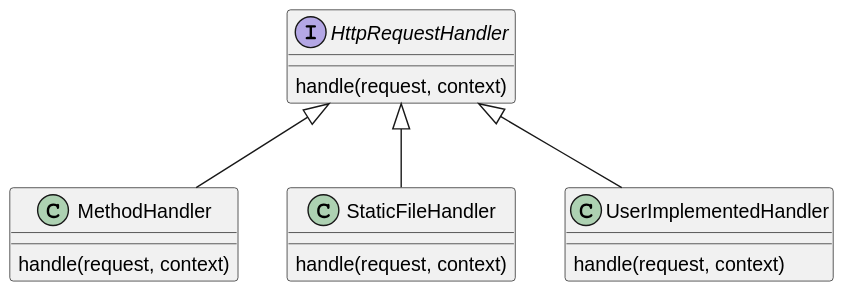
SoManyBisela/java-webserver keeps this PlantUML diagram as docs/diagrams/webserver/patterns/handler-strategy.svg. Above is the earlier version. Its diagram source:
```plantuml
@startuml
interface HttpRequestHandler {
    handle(request, context)
}

class MethodHandler {
    handle(request, context)
}

class StaticFileHandler {
    handle(request, context)
}

class UserImplementedHandler {
    handle(request, context)
}

MethodHandler -up-|> HttpRequestHandler
StaticFileHandler -up-|> HttpRequestHandler
UserImplementedHandler -up-|> HttpRequestHandler
@enduml
```
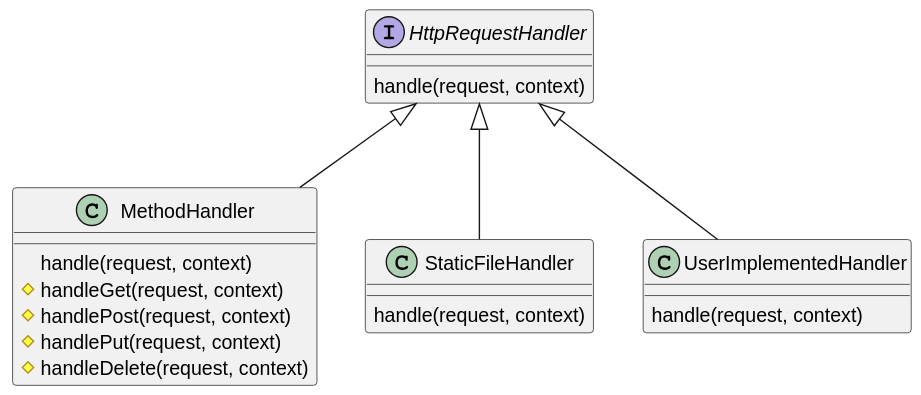
After the commit.

What changed in the source:
```diff
@@ -5,6 +5,10 @@
 
 class MethodHandler {
     handle(request, context)
+    #handleGet(request, context)
+    #handlePost(request, context)
+    #handlePut(request, context)
+    #handleDelete(request, context)
 }
 
 class StaticFileHandler {
```
